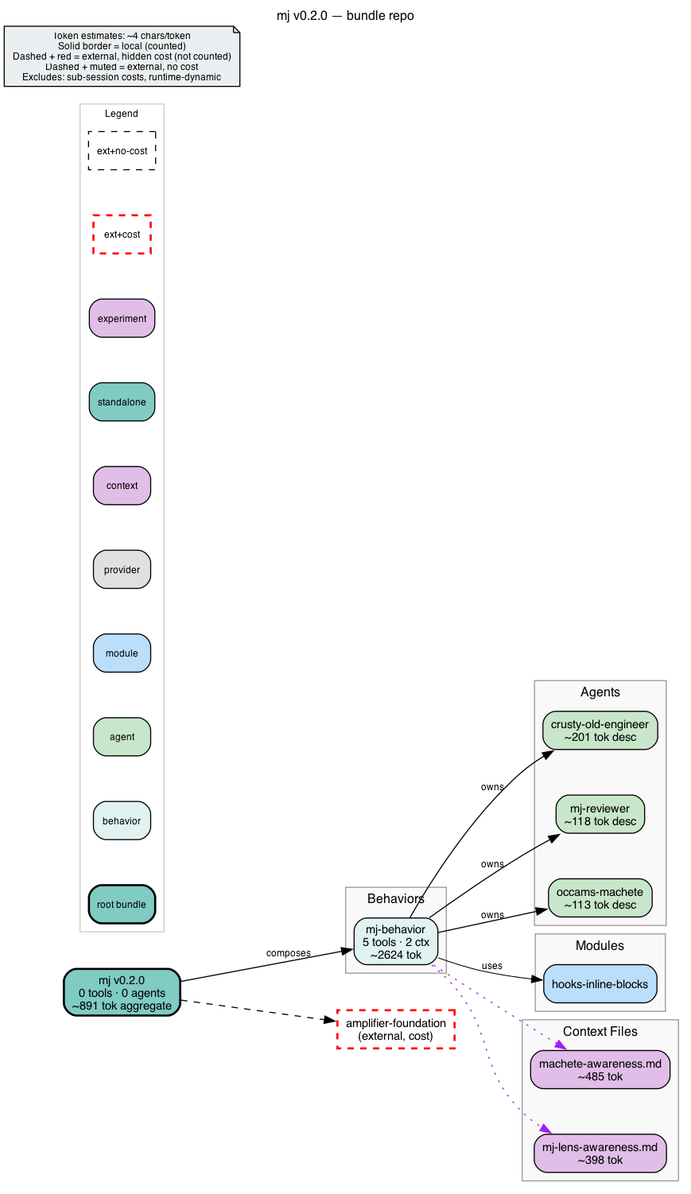
This is bundle.png from michaeljabbour/amplifier-bundle-mj, a Graphviz export, as it was before one commit. Its source is kept beside it as bundle.dot.
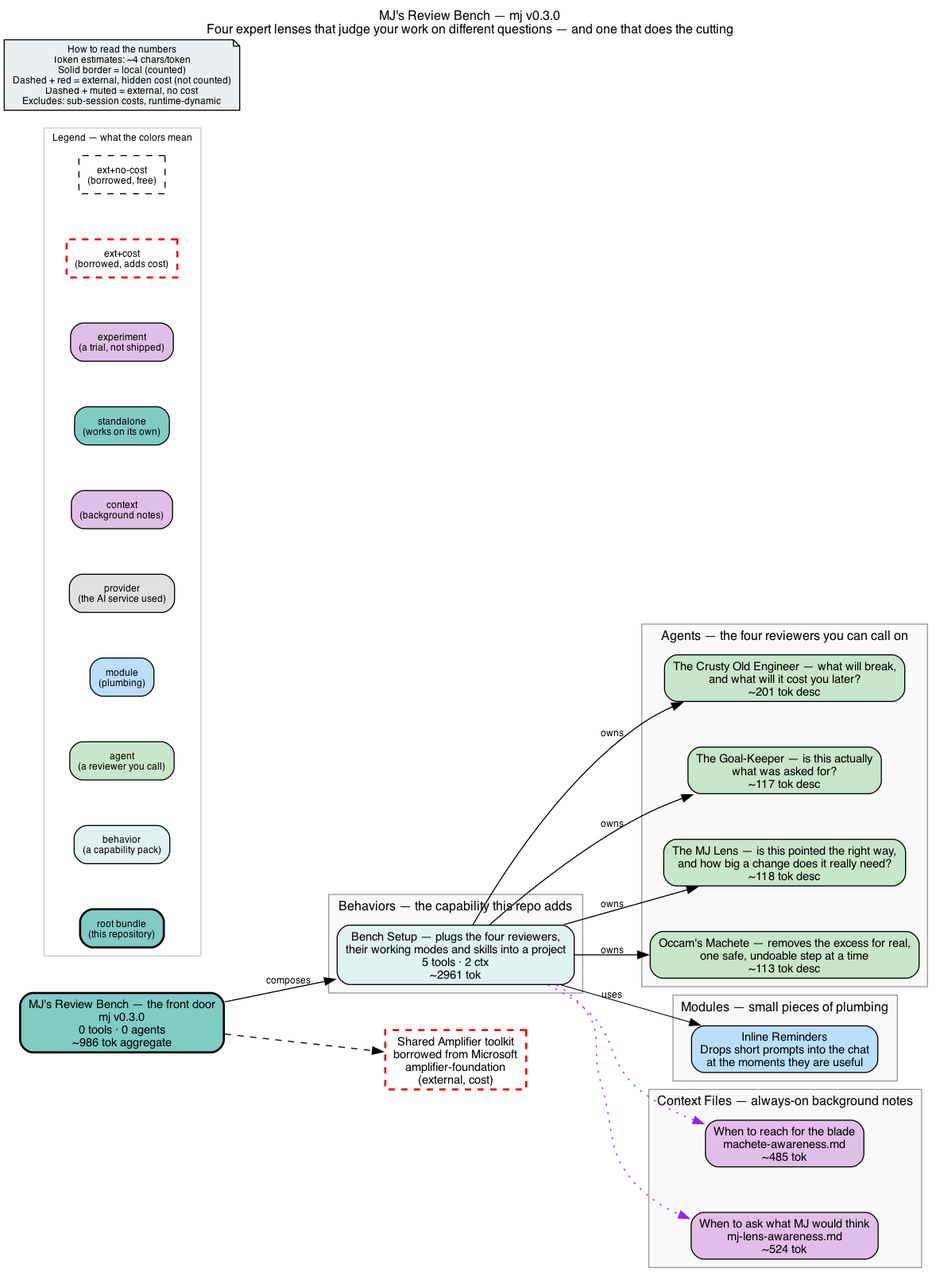
The same file after the commit.

Commit message:
feat: Add the goal-keeper lens, the bench map, and a conformance gate

What changed in the source:
```diff
@@ -1,87 +1,90 @@
+
 digraph mj {
     rankdir=LR
     fontname="Helvetica"
     fontsize=12
-    label="mj v0.2.0 — bundle repo"
+    label="MJ's Review Bench — mj v0.3.0\nFour expert lenses that judge your work on different questions — and one that does the cutting"
     labelloc=t
     labeljust=c
     nodesep=0.6
     ranksep=0.7
     bgcolor="white"
-    source_hash="9b387a467f15a965536b2d72268324c78f9d055d09d1cd9bc049106815b4e841"
+    source_hash="eae3fe77ed5beb44c2e0300ebc72028db753c69c9750bce6816dd8e7ac728aff"
 
     node [fontname="Helvetica", fontsize=11, style="filled,rounded"]
     edge [fontname="Helvetica", fontsize=9]
 
-    root_mj [label="mj v0.2.0\n0 tools · 0 agents\n~891 tok aggregate", shape=box, fillcolor="#80cbc4", style="filled,rounded,bold", penwidth=2]
+    root_mj [label="MJ's Review Bench — the front door\nmj v0.3.0\n0 tools · 0 agents\n~986 tok aggregate", shape=box, fillcolor="#80cbc4", style="filled,rounded,bold", penwidth=2]
 
     subgraph cluster_behaviors {
-        label="Behaviors"
+        label="Behaviors — the capability this repo adds"
         style="filled"
         fillcolor="#f9f9f9"
         color="#999999"
 
-        beh_mj_behavior [label="mj-behavior\n5 tools · 2 ctx\n~2624 tok", shape=box, fillcolor="#e0f2f1", style="filled,rounded"]
+        beh_mj_behavior [label="Bench Setup — plugs the four reviewers,\ntheir working modes and skills into a project\n5 tools · 2 ctx\n~2961 tok", shape=box, fillcolor="#e0f2f1", style="filled,rounded"]
     }
 
     subgraph cluster_agents {
-        label="Agents"
+        label="Agents — the four reviewers you can call on"
         style="filled"
         fillcolor="#f9f9f9"
         color="#999999"
 
-        agt_crusty_old_engineer [label="crusty-old-engineer\n~201 tok desc", shape=box, fillcolor="#c8e6c9", style="filled,rounded"]
-        agt_mj_reviewer [label="mj-reviewer\n~118 tok desc", shape=box, fillcolor="#c8e6c9", style="filled,rounded"]
-        agt_occams_machete [label="occams-machete\n~113 tok desc", shape=box, fillcolor="#c8e6c9", style="filled,rounded"]
+        agt_crusty_old_engineer [label="The Crusty Old Engineer — what will break,\nand what will it cost you later?\n~201 tok desc", shape=box, fillcolor="#c8e6c9", style="filled,rounded"]
+        agt_goal_keeper [label="The Goal-Keeper — is this actually\nwhat was asked for?\n~117 tok desc", shape=box, fillcolor="#c8e6c9", style="filled,rounded"]
+        agt_mj_reviewer [label="The MJ Lens — is this pointed the right way,\nand how big a change does it really need?\n~118 tok desc", shape=box, fillcolor="#c8e6c9", style="filled,rounded"]
+        agt_occams_machete [label="Occam's Machete — removes the excess for real,\none safe, undoable step at a time\n~113 tok desc", shape=box, fillcolor="#c8e6c9", style="filled,rounded"]
     }
 
     subgraph cluster_modules {
-        label="Modules"
+        label="Modules — small pieces of plumbing"
         style="filled"
         fillcolor="#f9f9f9"
         color="#999999"
 
-        mod_hooks_inline_blocks [label="hooks-inline-blocks", shape=box, fillcolor="#bbdefb", style="filled,rounded"]
+        mod_hooks_inline_blocks [label="Inline Reminders\nDrops short prompts into the chat\nat the moments they are useful", shape=box, fillcolor="#bbdefb", style="filled,rounded"]
     }
 
     subgraph cluster_context {
-        label="Context Files"
+        label="Context Files — always-on background notes"
         style="filled"
         fillcolor="#f9f9f9"
         color="#999999"
 
-        ctx_machete_awareness_md [label="machete-awareness.md\n~485 tok", shape=box, fillcolor="#e1bee7", style="filled,rounded"]
-        ctx_mj_lens_awareness_md [label="mj-lens-awareness.md\n~398 tok", shape=box, fillcolor="#e1bee7", style="filled,rounded"]
+        ctx_machete_awareness_md [label="When to reach for the blade\nmachete-awareness.md\n~485 tok", shape=box, fillcolor="#e1bee7", style="filled,rounded"]
+        ctx_mj_lens_awareness_md [label="When to ask what MJ would think\nmj-lens-awareness.md\n~524 tok", shape=box, fillcolor="#e1bee7", style="filled,rounded"]
     }
 
     subgraph cluster_legend {
-        label="Legend"
+        label="Legend — what the colors mean"
         style="filled"
         fillcolor="white"
         color="#cccccc"
         fontsize=9
 
-        leg_root [label="root bundle", shape=box, fillcolor="#80cbc4", style="filled,rounded,bold", fontsize=9]
-        leg_behavior [label="behavior", shape=box, fillcolor="#e0f2f1", style="filled,rounded", fontsize=9]
-        leg_agent [label="agent", shape=box, fillcolor="#c8e6c9", style="filled,rounded", fontsize=9]
-        leg_module [label="module", shape=box, fillcolor="#bbdefb", style="filled,rounded", fontsize=9]
-        leg_provider [label="provider", shape=box, fillcolor="#e0e0e0", style="filled,rounded", fontsize=9]
-        leg_context [label="context", shape=box, fillcolor="#e1bee7", style="filled,rounded", fontsize=9]
-        leg_standalone [label="standalone", shape=box, fillcolor="#80cbc4", style="filled,rounded", fontsize=9]
-        leg_experiment [label="experiment", shape=box, fillcolor="#e1bee7", style="filled,rounded", fontsize=9]
-        leg_ext_cost [label="ext+cost", shape=box, fillcolor="#80cbc4", style="dashed", color="red", penwidth=2, fontsize=9]
-        leg_ext_muted [label="ext+no-cost", shape=box, fillcolor="#f5f5f5", style="dashed", fontsize=9]
+        leg_root [label="root bundle\n(this repository)", shape=box, fillcolor="#80cbc4", style="filled,rounded,bold", fontsize=9]
+        leg_behavior [label="behavior\n(a capability pack)", shape=box, fillcolor="#e0f2f1", style="filled,rounded", fontsize=9]
+        leg_agent [label="agent\n(a reviewer you call)", shape=box, fillcolor="#c8e6c9", style="filled,rounded", fontsize=9]
+        leg_module [label="module\n(plumbing)", shape=box, fillcolor="#bbdefb", style="filled,rounded", fontsize=9]
+        leg_provider [label="provider\n(the AI service used)", shape=box, fillcolor="#e0e0e0", style="filled,rounded", fontsize=9]
+        leg_context [label="context\n(background notes)", shape=box, fillcolor="#e1bee7", style="filled,rounded", fontsize=9]
+        leg_standalone [label="standalone\n(works on its own)", shape=box, fillcolor="#80cbc4", style="filled,rounded", fontsize=9]
+        leg_experiment [label="experiment\n(a trial, not shipped)", shape=box, fillcolor="#e1bee7", style="filled,rounded", fontsize=9]
+        leg_ext_cost [label="ext+cost\n(borrowed, adds cost)", shape=box, fillcolor="#80cbc4", style="dashed", color="red", penwidth=2, fontsize=9]
+        leg_ext_muted [label="ext+no-cost\n(borrowed, free)", shape=box, fillcolor="#f5f5f5", style="dashed", fontsize=9]
     }
 
-    disclaimer [label="Token estimates: ~4 chars/token\nSolid border = local (counted)\nDashed + red = external, hidden cost (not counted)\nDashed + muted = external, no cost\nExcludes: sub-session costs, runtime-dynamic", shape=note, fillcolor="#eceff1", style="filled", fontsize=9]
+    disclaimer [label="How to read the numbers\nToken estimates: ~4 chars/token\nSolid border = local (counted)\nDashed + red = external, hidden cost (not counted)\nDashed + muted = external, no cost\nExcludes: sub-session costs, runtime-dynamic", shape=note, fillcolor="#eceff1", style="filled", fontsize=9]
 
-    ext_githttps___github_com_microsoft_amplifier_foundation_main [label="amplifier-foundation\n(external, cost)", shape=box, fillcolor="#80cbc4", style="dashed", color="red", penwidth=2]
+    ext_githttps___github_com_microsoft_amplifier_foundation_main [label="Shared Amplifier toolkit\nborrowed from Microsoft\namplifier-foundation\n(external, cost)", shape=box, fillcolor="#80cbc4", style="dashed", color="red", penwidth=2]
 
     root_mj -> ext_githttps___github_com_microsoft_amplifier_foundation_main [style=dashed]
     root_mj -> beh_mj_behavior [label="composes"]
     beh_mj_behavior -> agt_occams_machete [label="owns"]
     beh_mj_behavior -> agt_mj_reviewer [label="owns"]
     beh_mj_behavior -> agt_crusty_old_engineer [label="owns"]
+    beh_mj_behavior -> agt_goal_keeper [label="owns"]
     beh_mj_behavior -> mod_hooks_inline_blocks [label="uses", penwidth=0.8]
     beh_mj_behavior -> ctx_machete_awareness_md [style=dotted, color=purple]
     beh_mj_behavior -> ctx_mj_lens_awareness_md [style=dotted, color=purple]
```
